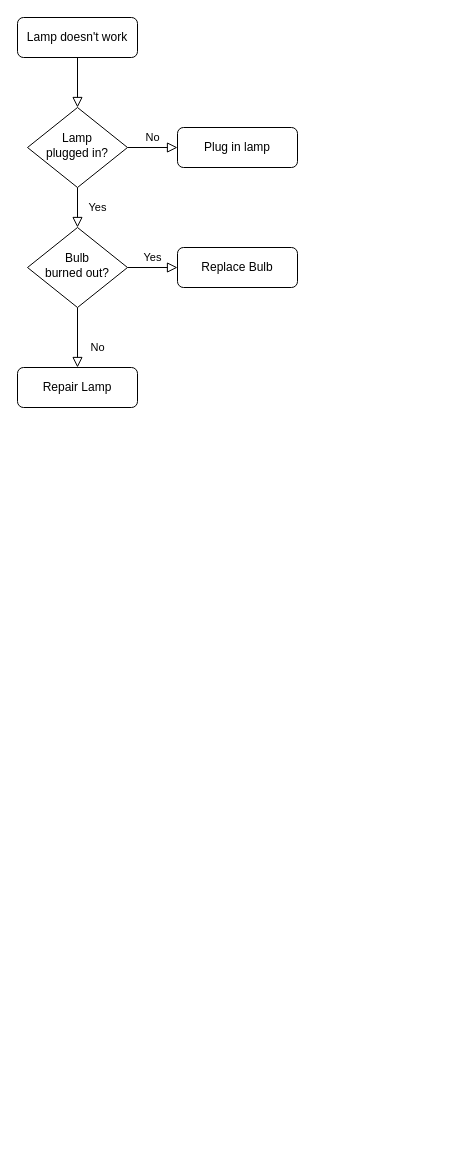
This is Untitled Diagram.drawio from 632423316/draw, a draw.io file, before an edit. Source tidied: cells renumbered, new cells numbered last; positions are measured from the earlier drawing's top-left corner, leaving out a move shared by most shapes. Both pictures are drawn from the tidied source at 100%, with x=0, y=0 at pixel (17, 17).
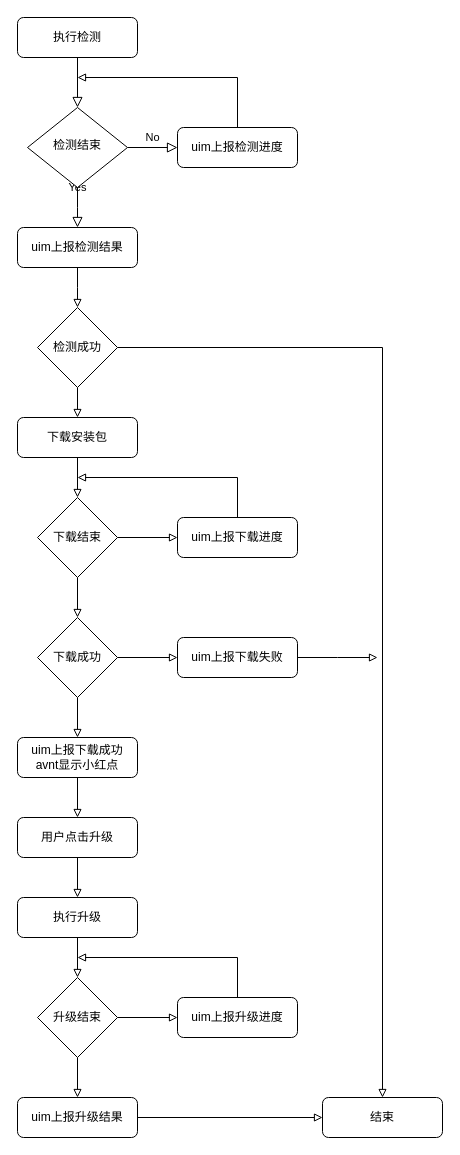
Above is the later version.

Commit message:
uim_flow

Diff of the diagram source:
```diff
@@
-    <mxCell id="3" value="Lamp doesn't work" style="rounded=1;whiteSpace=wrap;html=1;fontSize=12;glass=0;strokeWidth=1;shadow=0;" parent="1" vertex="1">
+    <mxCell id="3" value="执行检测" style="rounded=1;whiteSpace=wrap;html=1;fontSize=12;glass=0;strokeWidth=1;shadow=0;" parent="1" vertex="1">
       <mxGeometry width="120" height="40" as="geometry" />
     </mxCell>
-    <mxCell id="4" value="Yes" style="rounded=0;html=1;jettySize=auto;fontSize=11;endArrow=block;endFill=0;endSize=8;strokeWidth=1;shadow=0;labelBackgroundColor=none;edgeStyle=orthogonalEdgeStyle;" parent="1" edge="1" source="6" target="10">
-      <mxGeometry y="20" relative="1" as="geometry" />
+    <mxCell id="4" value="Yes" style="rounded=0;html=1;jettySize=auto;fontSize=11;endArrow=block;endFill=0;endSize=8;strokeWidth=1;shadow=0;labelBackgroundColor=none;edgeStyle=orthogonalEdgeStyle;" parent="1" edge="1" source="6">
+      <mxGeometry y="20" relative="1" as="geometry">
+        <mxPoint x="60" y="210" as="targetPoint" />
+      </mxGeometry>
     </mxCell>
@@
-    <mxCell id="6" value="Lamp&lt;br&gt;plugged in?" style="rhombus;whiteSpace=wrap;html=1;shadow=0;fontFamily=Helvetica;fontSize=12;align=center;strokeWidth=1;spacing=6;spacingTop=-4;" parent="1" vertex="1">
+    <mxCell id="6" value="检测结束" style="rhombus;whiteSpace=wrap;html=1;shadow=0;fontFamily=Helvetica;fontSize=12;align=center;strokeWidth=1;spacing=6;spacingTop=-4;" parent="1" vertex="1">
       <mxGeometry x="10" y="90" width="100" height="80" as="geometry" />
     </mxCell>
+    <mxCell id="13" style="edgeStyle=orthogonalEdgeStyle;rounded=0;jettySize=auto;html=1;exitX=0.5;exitY=0;exitDx=0;exitDy=0;endArrow=block;endFill=0;" parent="1" edge="1" source="7">
+      <mxGeometry relative="1" as="geometry">
+        <mxPoint x="60" y="60" as="targetPoint" />
+        <Array as="points">
+          <mxPoint x="220" y="60" />
+          <mxPoint x="60" y="60" />
+        </Array>
+      </mxGeometry>
+    </mxCell>
-    <mxCell id="7" value="Plug in lamp" style="rounded=1;whiteSpace=wrap;html=1;fontSize=12;glass=0;strokeWidth=1;shadow=0;" parent="1" vertex="1">
+    <mxCell id="7" value="uim上报检测进度" style="rounded=1;whiteSpace=wrap;html=1;fontSize=12;glass=0;strokeWidth=1;shadow=0;" parent="1" vertex="1">
       <mxGeometry x="160" y="110" width="120" height="40" as="geometry" />
     </mxCell>
-    <mxCell id="8" value="No" style="rounded=0;html=1;jettySize=auto;fontSize=11;endArrow=block;endFill=0;endSize=8;strokeWidth=1;shadow=0;labelBackgroundColor=none;edgeStyle=orthogonalEdgeStyle;" parent="1" edge="1" source="10" target="11">
-      <mxGeometry x="0.33" y="20" relative="1" as="geometry" />
-    </mxCell>
-    <mxCell id="9" value="Yes" style="edgeStyle=orthogonalEdgeStyle;rounded=0;html=1;jettySize=auto;fontSize=11;endArrow=block;endFill=0;endSize=8;strokeWidth=1;shadow=0;labelBackgroundColor=none;" parent="1" edge="1" source="10" target="12">
-      <mxGeometry y="10" relative="1" as="geometry" />
-    </mxCell>
-    <mxCell id="10" value="Bulb&lt;br&gt;burned out?" style="rhombus;whiteSpace=wrap;html=1;shadow=0;fontFamily=Helvetica;fontSize=12;align=center;strokeWidth=1;spacing=6;spacingTop=-4;" parent="1" vertex="1">
-      <mxGeometry x="10" y="210" width="100" height="80" as="geometry" />
-    </mxCell>
-    <mxCell id="11" value="Repair Lamp" style="rounded=1;whiteSpace=wrap;html=1;fontSize=12;glass=0;strokeWidth=1;shadow=0;" parent="1" vertex="1">
-      <mxGeometry y="350" width="120" height="40" as="geometry" />
-    </mxCell>
-    <mxCell id="12" value="Replace Bulb" style="rounded=1;whiteSpace=wrap;html=1;fontSize=12;glass=0;strokeWidth=1;shadow=0;" parent="1" vertex="1">
-      <mxGeometry x="160" y="230" width="120" height="40" as="geometry" />
-    </mxCell>
+    <mxCell id="14" style="edgeStyle=orthogonalEdgeStyle;rounded=0;jettySize=auto;html=1;endArrow=block;endFill=0;" parent="1" edge="1" source="15">
+      <mxGeometry relative="1" as="geometry">
+        <mxPoint x="60" y="290" as="targetPoint" />
+      </mxGeometry>
+    </mxCell>
+    <mxCell id="15" value="uim上报检测结果" style="rounded=1;whiteSpace=wrap;html=1;" parent="1" vertex="1">
+      <mxGeometry y="210" width="120" height="40" as="geometry" />
+    </mxCell>
+    <mxCell id="16" style="edgeStyle=orthogonalEdgeStyle;rounded=0;jettySize=auto;html=1;entryX=0.5;entryY=0;entryDx=0;entryDy=0;endArrow=block;endFill=0;" parent="1" edge="1" source="18" target="20">
+      <mxGeometry relative="1" as="geometry" />
+    </mxCell>
+    <mxCell id="17" style="edgeStyle=orthogonalEdgeStyle;rounded=0;jettySize=auto;html=1;endArrow=block;endFill=0;" parent="1" edge="1" source="18" target="44">
+      <mxGeometry relative="1" as="geometry" />
+    </mxCell>
+    <mxCell id="18" value="检测成功" style="rhombus;whiteSpace=wrap;html=1;" parent="1" vertex="1">
+      <mxGeometry x="20" y="290" width="80" height="80" as="geometry" />
+    </mxCell>
+    <mxCell id="19" style="edgeStyle=orthogonalEdgeStyle;rounded=0;jettySize=auto;html=1;exitX=0.5;exitY=1;exitDx=0;exitDy=0;entryX=0.5;entryY=0;entryDx=0;entryDy=0;endArrow=block;endFill=0;" parent="1" edge="1" source="20" target="23">
+      <mxGeometry relative="1" as="geometry" />
+    </mxCell>
+    <mxCell id="20" value="下载安装包" style="rounded=1;whiteSpace=wrap;html=1;" parent="1" vertex="1">
+      <mxGeometry y="400" width="120" height="40" as="geometry" />
+    </mxCell>
+    <mxCell id="21" style="edgeStyle=orthogonalEdgeStyle;rounded=0;jettySize=auto;html=1;exitX=1;exitY=0.5;exitDx=0;exitDy=0;entryX=0;entryY=0.5;entryDx=0;entryDy=0;endArrow=block;endFill=0;" parent="1" edge="1" source="23" target="25">
+      <mxGeometry relative="1" as="geometry" />
+    </mxCell>
+    <mxCell id="22" style="edgeStyle=orthogonalEdgeStyle;rounded=0;jettySize=auto;html=1;entryX=0.5;entryY=0;entryDx=0;entryDy=0;endArrow=block;endFill=0;" parent="1" edge="1" source="23" target="32">
+      <mxGeometry relative="1" as="geometry" />
+    </mxCell>
+    <mxCell id="23" value="下载结束" style="rhombus;whiteSpace=wrap;html=1;" parent="1" vertex="1">
+      <mxGeometry x="20" y="480" width="80" height="80" as="geometry" />
+    </mxCell>
+    <mxCell id="24" style="edgeStyle=orthogonalEdgeStyle;rounded=0;jettySize=auto;html=1;exitX=0.5;exitY=0;exitDx=0;exitDy=0;endArrow=block;endFill=0;" parent="1" edge="1" source="25">
+      <mxGeometry relative="1" as="geometry">
+        <mxPoint x="60" y="460" as="targetPoint" />
+        <Array as="points">
+          <mxPoint x="220" y="460" />
+          <mxPoint x="60" y="460" />
+        </Array>
+      </mxGeometry>
+    </mxCell>
+    <mxCell id="25" value="uim上报下载进度" style="rounded=1;whiteSpace=wrap;html=1;" parent="1" vertex="1">
+      <mxGeometry x="160" y="500" width="120" height="40" as="geometry" />
+    </mxCell>
+    <mxCell id="26" style="edgeStyle=orthogonalEdgeStyle;rounded=0;jettySize=auto;html=1;exitX=0.5;exitY=1;exitDx=0;exitDy=0;entryX=0.5;entryY=0;entryDx=0;entryDy=0;endArrow=block;endFill=0;" parent="1" edge="1" source="27" target="29">
+      <mxGeometry relative="1" as="geometry" />
+    </mxCell>
+    <mxCell id="27" value="uim上报下载成功&lt;br&gt;avnt显示小红点" style="rounded=1;whiteSpace=wrap;html=1;" parent="1" vertex="1">
+      <mxGeometry y="720" width="120" height="40" as="geometry" />
+    </mxCell>
+    <mxCell id="28" style="edgeStyle=orthogonalEdgeStyle;rounded=0;jettySize=auto;html=1;entryX=0.5;entryY=0;entryDx=0;entryDy=0;endArrow=block;endFill=0;" parent="1" edge="1" source="29" target="36">
+      <mxGeometry relative="1" as="geometry" />
+    </mxCell>
+    <mxCell id="29" value="用户点击升级" style="rounded=1;whiteSpace=wrap;html=1;" parent="1" vertex="1">
+      <mxGeometry y="800" width="120" height="40" as="geometry" />
+    </mxCell>
+    <mxCell id="30" style="edgeStyle=orthogonalEdgeStyle;rounded=0;jettySize=auto;html=1;entryX=0;entryY=0.5;entryDx=0;entryDy=0;endArrow=block;endFill=0;" parent="1" edge="1" source="32" target="34">
+      <mxGeometry relative="1" as="geometry" />
+    </mxCell>
+    <mxCell id="31" style="edgeStyle=orthogonalEdgeStyle;rounded=0;jettySize=auto;html=1;exitX=0.5;exitY=1;exitDx=0;exitDy=0;entryX=0.5;entryY=0;entryDx=0;entryDy=0;endArrow=block;endFill=0;" parent="1" edge="1" source="32" target="27">
+      <mxGeometry relative="1" as="geometry" />
+    </mxCell>
+    <mxCell id="32" value="下载成功" style="rhombus;whiteSpace=wrap;html=1;" parent="1" vertex="1">
+      <mxGeometry x="20" y="600" width="80" height="80" as="geometry" />
+    </mxCell>
+    <mxCell id="33" style="edgeStyle=orthogonalEdgeStyle;rounded=0;jettySize=auto;html=1;endArrow=block;endFill=0;" parent="1" edge="1" source="34">
+      <mxGeometry relative="1" as="geometry">
+        <mxPoint x="360" y="640" as="targetPoint" />
+      </mxGeometry>
+    </mxCell>
+    <mxCell id="34" value="uim上报下载失败" style="rounded=1;whiteSpace=wrap;html=1;" parent="1" vertex="1">
+      <mxGeometry x="160" y="620" width="120" height="40" as="geometry" />
+    </mxCell>
+    <mxCell id="35" style="edgeStyle=orthogonalEdgeStyle;rounded=0;jettySize=auto;html=1;exitX=0.5;exitY=1;exitDx=0;exitDy=0;entryX=0.5;entryY=0;entryDx=0;entryDy=0;endArrow=block;endFill=0;" parent="1" edge="1" source="36" target="39">
+      <mxGeometry relative="1" as="geometry" />
+    </mxCell>
+    <mxCell id="36" value="执行升级" style="rounded=1;whiteSpace=wrap;html=1;" parent="1" vertex="1">
+      <mxGeometry y="880" width="120" height="40" as="geometry" />
+    </mxCell>
+    <mxCell id="37" style="edgeStyle=orthogonalEdgeStyle;rounded=0;jettySize=auto;html=1;exitX=1;exitY=0.5;exitDx=0;exitDy=0;entryX=0;entryY=0.5;entryDx=0;entryDy=0;endArrow=block;endFill=0;" parent="1" edge="1" source="39" target="41">
+      <mxGeometry relative="1" as="geometry" />
+    </mxCell>
+    <mxCell id="38" style="edgeStyle=orthogonalEdgeStyle;rounded=0;jettySize=auto;html=1;exitX=0.5;exitY=1;exitDx=0;exitDy=0;entryX=0.5;entryY=0;entryDx=0;entryDy=0;endArrow=block;endFill=0;" parent="1" edge="1" source="39" target="43">
+      <mxGeometry relative="1" as="geometry" />
+    </mxCell>
+    <mxCell id="39" value="升级结束" style="rhombus;whiteSpace=wrap;html=1;" parent="1" vertex="1">
+      <mxGeometry x="20" y="960" width="80" height="80" as="geometry" />
+    </mxCell>
+    <mxCell id="40" style="edgeStyle=orthogonalEdgeStyle;rounded=0;jettySize=auto;html=1;exitX=0.5;exitY=0;exitDx=0;exitDy=0;endArrow=block;endFill=0;" parent="1" edge="1" source="41">
+      <mxGeometry relative="1" as="geometry">
+        <mxPoint x="60" y="940" as="targetPoint" />
+        <Array as="points">
+          <mxPoint x="220" y="940" />
+          <mxPoint x="60" y="940" />
+        </Array>
+      </mxGeometry>
+    </mxCell>
+    <mxCell id="41" value="uim上报升级进度" style="rounded=1;whiteSpace=wrap;html=1;" parent="1" vertex="1">
+      <mxGeometry x="160" y="980" width="120" height="40" as="geometry" />
+    </mxCell>
+    <mxCell id="42" style="edgeStyle=orthogonalEdgeStyle;rounded=0;jettySize=auto;html=1;exitX=1;exitY=0.5;exitDx=0;exitDy=0;endArrow=block;endFill=0;" parent="1" edge="1" source="43" target="44">
+      <mxGeometry relative="1" as="geometry" />
+    </mxCell>
+    <mxCell id="43" value="uim上报升级结果" style="rounded=1;whiteSpace=wrap;html=1;" parent="1" vertex="1">
+      <mxGeometry y="1080" width="120" height="40" as="geometry" />
+    </mxCell>
+    <mxCell id="44" value="结束" style="rounded=1;whiteSpace=wrap;html=1;" parent="1" vertex="1">
+      <mxGeometry x="305" y="1080" width="120" height="40" as="geometry" />
+    </mxCell>
```
